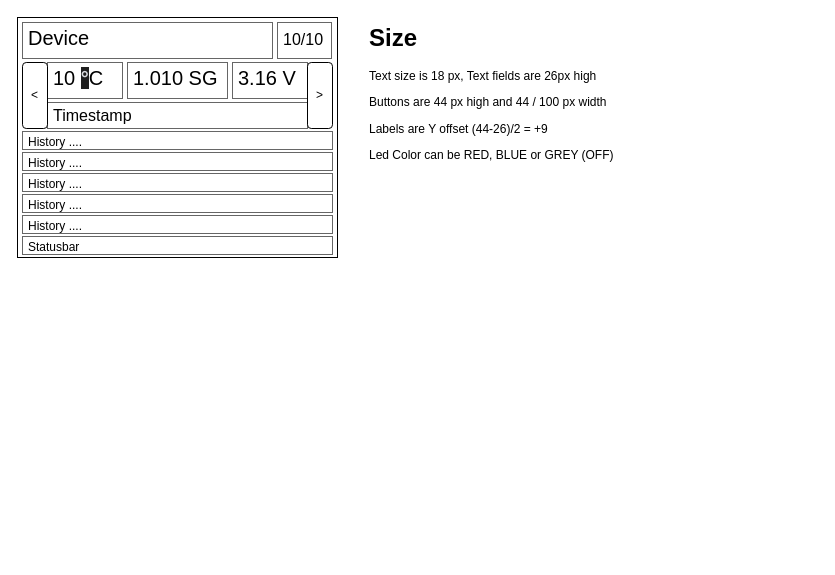
Before: TFT_UI.drawio in mp-se/gravitymon-gateway, a draw.io diagram. Source tidied: cells renumbered, new cells numbered last; positions are measured from the earlier drawing's top-left corner, leaving out a move shared by most shapes. Both pictures are drawn from the tidied source at 100%, with x=0, y=0 at pixel (17, 17).
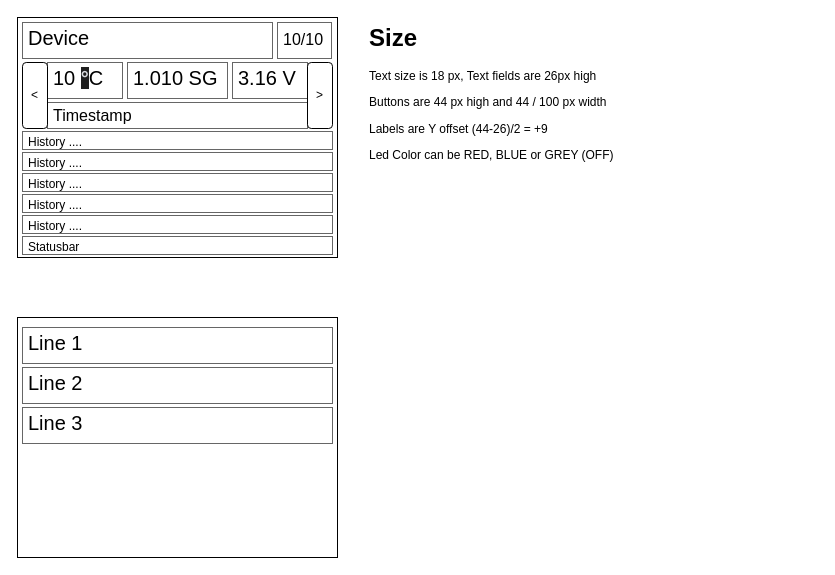
The same page after the edit.

Change to the diagram source:
```diff
@@
+    <mxCell id="18" style="rounded=0;whiteSpace=wrap;html=1;" parent="1" vertex="1">
+      <mxGeometry y="300" width="320" height="240" as="geometry" />
+    </mxCell>
+    <mxCell id="19" value="Line 1" style="strokeWidth=1;shadow=0;dashed=0;align=center;shape=mxgraph.mockup.text.textBox;align=left;spacingLeft=4;spacingTop=-3;strokeColor=#666666;mainText=;fontSize=20;verticalAlign=top;whiteSpace=wrap;html=1;" parent="1" vertex="1">
+      <mxGeometry x="5" y="310" width="310" height="36" as="geometry" />
+    </mxCell>
+    <mxCell id="20" value="Line 2" style="strokeWidth=1;shadow=0;dashed=0;align=center;shape=mxgraph.mockup.text.textBox;align=left;spacingLeft=4;spacingTop=-3;strokeColor=#666666;mainText=;fontSize=20;verticalAlign=top;whiteSpace=wrap;html=1;" parent="1" vertex="1">
+      <mxGeometry x="5" y="350" width="310" height="36" as="geometry" />
+    </mxCell>
+    <mxCell id="21" value="Line 3" style="strokeWidth=1;shadow=0;dashed=0;align=center;shape=mxgraph.mockup.text.textBox;align=left;spacingLeft=4;spacingTop=-3;strokeColor=#666666;mainText=;fontSize=20;verticalAlign=top;whiteSpace=wrap;html=1;" parent="1" vertex="1">
+      <mxGeometry x="5" y="390" width="310" height="36" as="geometry" />
+    </mxCell>
```
